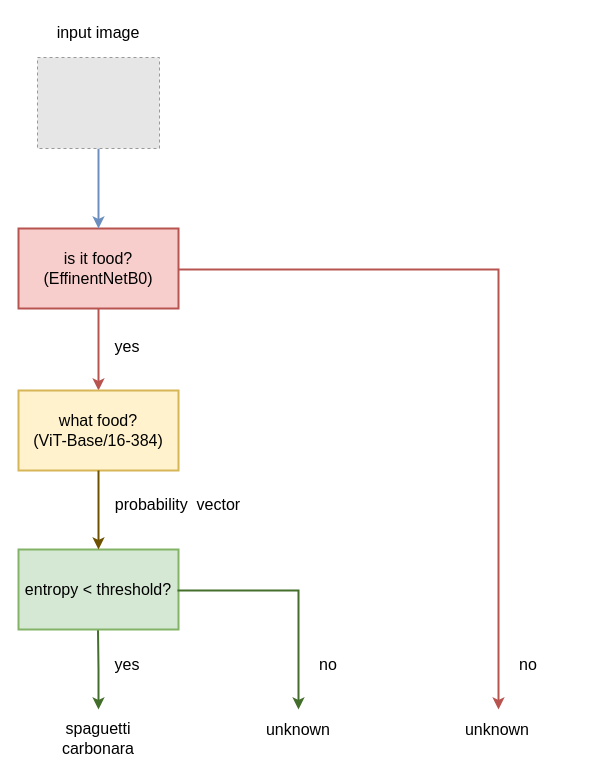
Before: images/model_pipeline.drawio in sergio-sanz-rodriguez/Vision-Transformers-Image-Classification, a draw.io diagram. Source tidied: cells renumbered, new cells numbered last; positions are measured from the earlier drawing's top-left corner, leaving out a move shared by most shapes. Both pictures are drawn from the tidied source at 100%, with x=0, y=0 at pixel (18, 17). Pictures stored in the file or linked from it are replaced by grey dashed boxes.
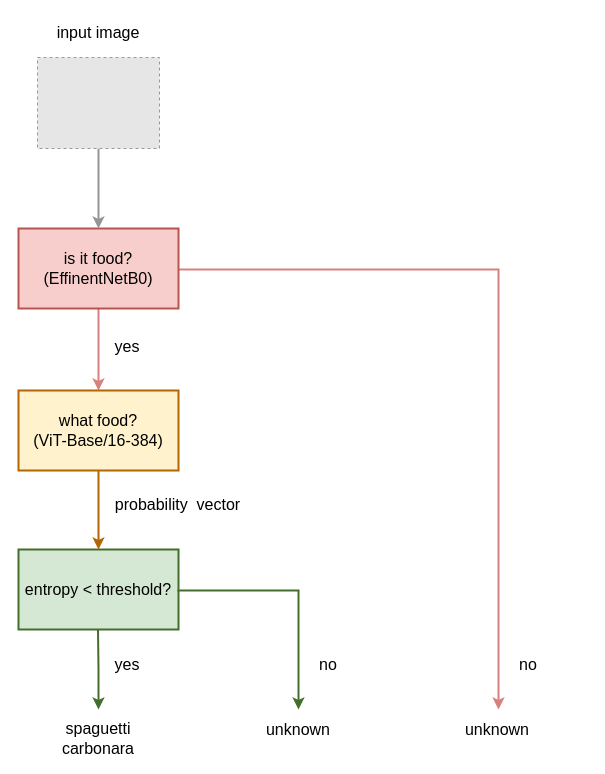
The same page after the edit.

Commit message (it also covers changes not shown here):
updated block diagram

The change refers to these unchanged cells:
```xml
<mxCell id="12" style="fillColor=#E6E6E6;strokeColor=#999999;dashed=1;verticalLabelPosition=bottom;labelBackgroundColor=default;verticalAlign=top;" parent="1" vertex="1">
  <mxGeometry x="19" y="40" width="122" height="91" as="geometry" />
</mxCell>
```

The edit, as a diff of the source:
```diff
@@
-    <mxCell id="2" style="endArrow=classic;html=1;rounded=0;entryX=0.5;entryY=0;entryDx=0;entryDy=0;fillColor=#f8cecc;strokeColor=#b85450;strokeWidth=2;exitX=0.5;exitY=1;exitDx=0;exitDy=0;edgeStyle=orthogonalEdgeStyle;" parent="1" edge="1" source="7" target="9">
+    <mxCell id="2" style="endArrow=classic;html=1;rounded=0;entryX=0.5;entryY=0;entryDx=0;entryDy=0;fillColor=#f8cecc;strokeColor=light-dark(#D7817E,#D7817E);strokeWidth=2;exitX=0.5;exitY=1;exitDx=0;exitDy=0;edgeStyle=orthogonalEdgeStyle;" parent="1" edge="1" source="7" target="9">
       <mxGeometry relative="1" as="geometry" />
     </mxCell>
@@
-    <mxCell id="5" style="endArrow=classic;html=1;rounded=0;fillColor=#f8cecc;strokeColor=#b85450;strokeWidth=2;exitX=1;exitY=0.5;exitDx=0;exitDy=0;edgeStyle=orthogonalEdgeStyle;" parent="1" edge="1" source="7">
+    <mxCell id="5" style="endArrow=classic;html=1;rounded=0;fillColor=#f8cecc;strokeColor=#D7817E;strokeWidth=2;exitX=1;exitY=0.5;exitDx=0;exitDy=0;edgeStyle=orthogonalEdgeStyle;" parent="1" edge="1" source="7">
       <mxGeometry relative="1" as="geometry">
         <mxPoint x="480" y="692" as="targetPoint" />
         <Array as="points">
           <mxPoint x="160" y="252" />
           <mxPoint x="480" y="252" />
         </Array>
       </mxGeometry>
     </mxCell>
@@
-    <mxCell id="7" value="&lt;div&gt;&lt;span style=&quot;font-size: 16px;&quot;&gt;is it food?&lt;/span&gt;&lt;/div&gt;&lt;div&gt;&lt;span style=&quot;font-size: 16px;&quot;&gt;(EffinentNetB0)&lt;/span&gt;&lt;/div&gt;" style="rounded=0;whiteSpace=wrap;html=1;fillColor=#f8cecc;strokeColor=#b85450;strokeWidth=2;gradientColor=none;" parent="1" vertex="1">
+    <mxCell id="7" value="&lt;div&gt;&lt;span style=&quot;font-size: 16px;&quot;&gt;is it food?&lt;/span&gt;&lt;/div&gt;&lt;div&gt;&lt;span style=&quot;font-size: 16px;&quot;&gt;(EffinentNetB0)&lt;/span&gt;&lt;/div&gt;" style="rounded=0;whiteSpace=wrap;html=1;fillColor=#f8cecc;strokeColor=#B85450;strokeWidth=2;gradientColor=none;" parent="1" vertex="1">
       <mxGeometry y="211" width="160" height="80" as="geometry" />
     </mxCell>
-    <mxCell id="8" style="edgeStyle=orthogonalEdgeStyle;rounded=0;jettySize=auto;html=1;exitX=0.5;exitY=1;exitDx=0;exitDy=0;fillColor=#dae8fc;strokeColor=light-dark(#6C8EBF,#959595);strokeWidth=2;entryX=0.5;entryY=0;entryDx=0;entryDy=0;" parent="1" edge="1" source="12" target="7">
+    <mxCell id="8" style="edgeStyle=orthogonalEdgeStyle;rounded=0;jettySize=auto;html=1;exitX=0.5;exitY=1;exitDx=0;exitDy=0;fillColor=#dae8fc;strokeColor=light-dark(#959595,#959595);strokeWidth=2;entryX=0.5;entryY=0;entryDx=0;entryDy=0;" parent="1" edge="1" source="12" target="7">
       <mxGeometry relative="1" as="geometry" />
     </mxCell>
-    <mxCell id="9" value="&lt;div&gt;&lt;span style=&quot;font-size: 16px;&quot;&gt;what food?&lt;/span&gt;&lt;/div&gt;&lt;div&gt;&lt;span style=&quot;font-size: 16px;&quot;&gt;(ViT-Base/16-384)&lt;/span&gt;&lt;/div&gt;" style="rounded=0;whiteSpace=wrap;html=1;fillColor=#fff2cc;strokeColor=#d6b656;strokeWidth=2;gradientColor=none;" parent="1" vertex="1">
+    <mxCell id="9" value="&lt;div&gt;&lt;span style=&quot;font-size: 16px;&quot;&gt;what food?&lt;/span&gt;&lt;/div&gt;&lt;div&gt;&lt;span style=&quot;font-size: 16px;&quot;&gt;(ViT-Base/16-384)&lt;/span&gt;&lt;/div&gt;" style="rounded=0;whiteSpace=wrap;html=1;fillColor=#fff2cc;strokeColor=light-dark(#B46504,#B46504);strokeWidth=2;gradientColor=none;" parent="1" vertex="1">
       <mxGeometry y="373" width="160" height="80" as="geometry" />
     </mxCell>
-    <mxCell id="10" value="&lt;div&gt;&lt;span style=&quot;font-size: 16px;&quot;&gt;entropy &amp;lt; threshold?&lt;/span&gt;&lt;/div&gt;" style="rounded=0;whiteSpace=wrap;html=1;fillColor=#d5e8d4;strokeColor=#82B366;strokeWidth=2;gradientColor=none;" parent="1" vertex="1">
+    <mxCell id="10" value="&lt;div&gt;&lt;span style=&quot;font-size: 16px;&quot;&gt;entropy &amp;lt; threshold?&lt;/span&gt;&lt;/div&gt;" style="rounded=0;whiteSpace=wrap;html=1;fillColor=#d5e8d4;strokeColor=light-dark(#446E2C,#446E2C);strokeWidth=2;gradientColor=none;" parent="1" vertex="1">
       <mxGeometry y="532" width="160" height="80" as="geometry" />
     </mxCell>
-    <mxCell id="11" style="edgeStyle=orthogonalEdgeStyle;rounded=0;jettySize=auto;html=1;exitX=0.5;exitY=1;exitDx=0;exitDy=0;fillColor=#e3c800;strokeColor=light-dark(#6D5100,#6D5100);strokeWidth=2;" parent="1" edge="1" source="9">
+    <mxCell id="11" style="edgeStyle=orthogonalEdgeStyle;rounded=0;jettySize=auto;html=1;exitX=0.5;exitY=1;exitDx=0;exitDy=0;fillColor=#e3c800;strokeColor=light-dark(#B46504,#B46504);strokeWidth=2;" parent="1" edge="1" source="9">
       <mxGeometry relative="1" as="geometry">
         <mxPoint x="80" y="532" as="targetPoint" />
       </mxGeometry>
     </mxCell>
```
